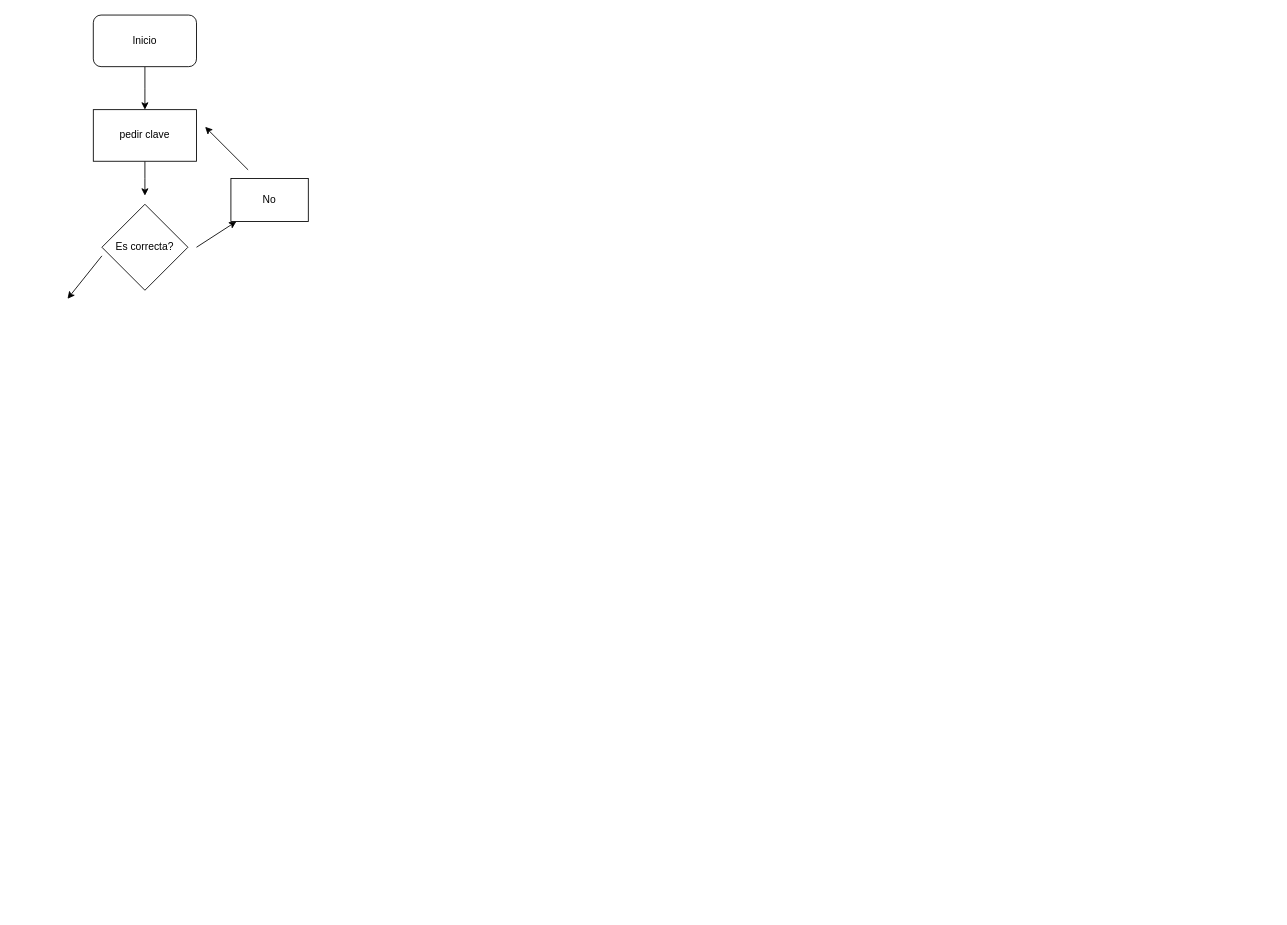
Before: Diagrama sin título.drawio in kevinld93/tp, a draw.io diagram. Source tidied: cells renumbered, new cells numbered last; positions are measured from the earlier drawing's top-left corner, leaving out a move shared by most shapes. Both pictures are drawn from the tidied source at 86%, with x=0, y=0 at pixel (67, 15).
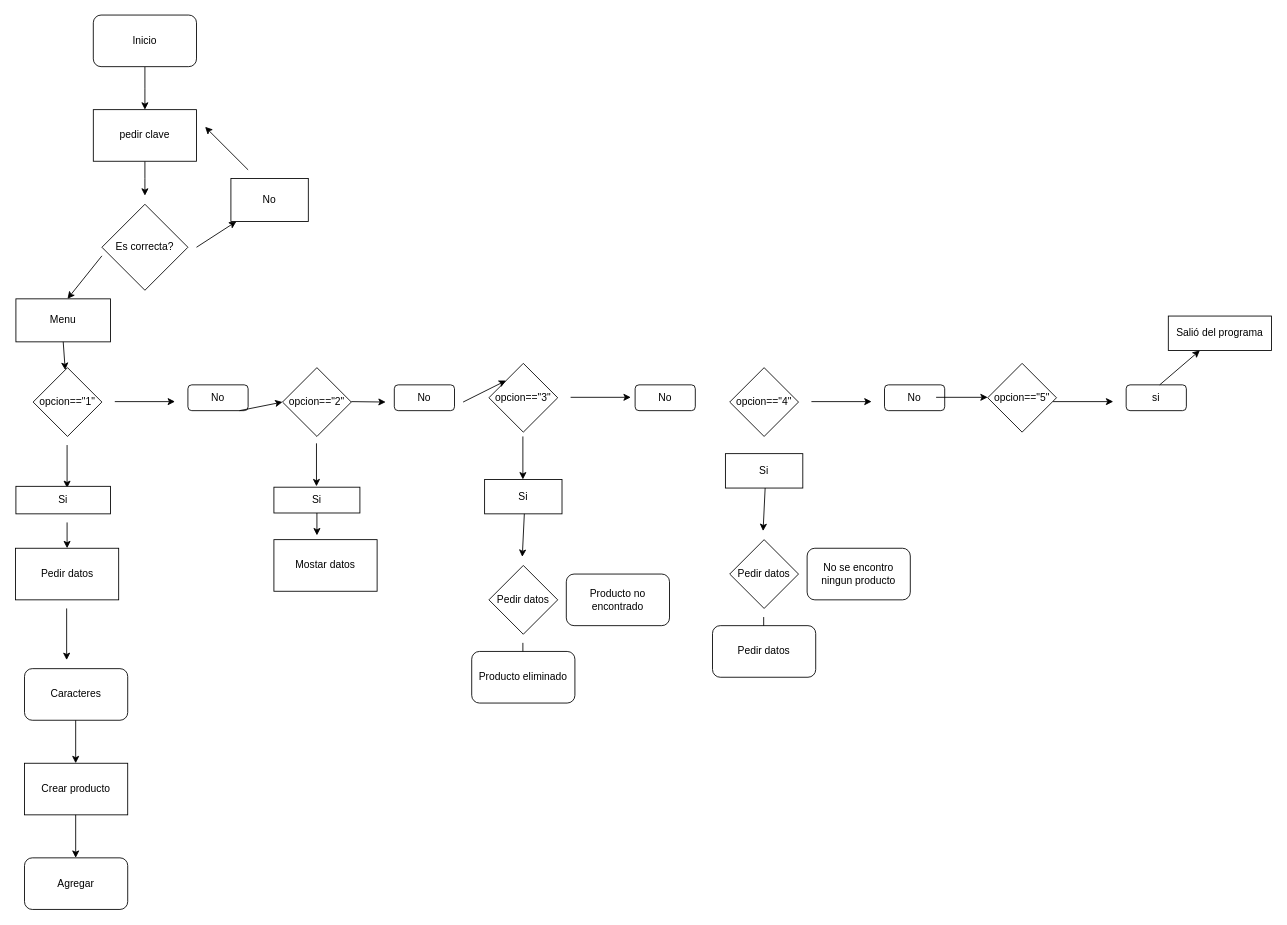
Above is the later version.

The edit, as a diff of the source:
```diff
@@
+    <mxCell id="11" value="Menu" style="rounded=0;whiteSpace=wrap;html=1;" parent="1" vertex="1">
+      <mxGeometry x="-60" y="330" width="110" height="50" as="geometry" />
+    </mxCell>
+    <mxCell id="12" value="opcion==&quot;1&quot;" style="rhombus;whiteSpace=wrap;html=1;" parent="1" vertex="1">
+      <mxGeometry x="-40" y="410" width="80" height="80" as="geometry" />
+    </mxCell>
+    <mxCell id="13" style="endArrow=classic;html=1;rounded=0;exitX=0.5;exitY=1;exitDx=0;exitDy=0;" parent="1" edge="1" source="11" target="12">
+      <mxGeometry relative="1" as="geometry" />
+    </mxCell>
+    <mxCell id="14" style="endArrow=classic;html=1;rounded=0;" parent="1" edge="1">
+      <mxGeometry relative="1" as="geometry">
+        <mxPoint x="55" y="449.5" as="sourcePoint" />
+        <mxPoint x="125" y="449.5" as="targetPoint" />
+      </mxGeometry>
+    </mxCell>
+    <mxCell id="15" value="No" style="rounded=1;whiteSpace=wrap;html=1;" parent="1" vertex="1">
+      <mxGeometry x="140" y="430" width="70" height="30" as="geometry" />
+    </mxCell>
+    <mxCell id="16" value="opcion==&quot;2&quot;" style="rhombus;whiteSpace=wrap;html=1;" parent="1" vertex="1">
+      <mxGeometry x="250" y="410" width="80" height="80" as="geometry" />
+    </mxCell>
+    <mxCell id="17" style="endArrow=classic;html=1;rounded=0;" parent="1" edge="1">
+      <mxGeometry relative="1" as="geometry">
+        <mxPoint x="330" y="449.5" as="sourcePoint" />
+        <mxPoint x="370" y="450" as="targetPoint" />
+      </mxGeometry>
+    </mxCell>
+    <mxCell id="18" value="No" style="rounded=1;whiteSpace=wrap;html=1;" parent="1" vertex="1">
+      <mxGeometry x="380" y="430" width="70" height="30" as="geometry" />
+    </mxCell>
+    <mxCell id="19" style="endArrow=classic;html=1;rounded=0;entryX=0;entryY=0.5;entryDx=0;entryDy=0;" parent="1" edge="1" target="16">
+      <mxGeometry relative="1" as="geometry">
+        <mxPoint x="200" y="460" as="sourcePoint" />
+      </mxGeometry>
+    </mxCell>
+    <mxCell id="20" value="opcion==&quot;3&quot;" style="rhombus;whiteSpace=wrap;html=1;" parent="1" vertex="1">
+      <mxGeometry x="490" y="405" width="80" height="80" as="geometry" />
+    </mxCell>
+    <mxCell id="21" style="endArrow=classic;html=1;rounded=0;" parent="1" edge="1">
+      <mxGeometry relative="1" as="geometry">
+        <mxPoint x="585" y="444.5" as="sourcePoint" />
+        <mxPoint x="655" y="444.5" as="targetPoint" />
+      </mxGeometry>
+    </mxCell>
+    <mxCell id="22" value="No" style="rounded=1;whiteSpace=wrap;html=1;" parent="1" vertex="1">
+      <mxGeometry x="660" y="430" width="70" height="30" as="geometry" />
+    </mxCell>
+    <mxCell id="23" style="endArrow=classic;html=1;rounded=0;entryX=0;entryY=0;entryDx=0;entryDy=0;" parent="1" edge="1" target="20">
+      <mxGeometry relative="1" as="geometry">
+        <mxPoint x="460" y="450" as="sourcePoint" />
+      </mxGeometry>
+    </mxCell>
+    <mxCell id="24" value="opcion==&quot;4&quot;" style="rhombus;whiteSpace=wrap;html=1;" parent="1" vertex="1">
+      <mxGeometry x="770" y="410" width="80" height="80" as="geometry" />
+    </mxCell>
+    <mxCell id="25" style="endArrow=classic;html=1;rounded=0;" parent="1" edge="1">
+      <mxGeometry relative="1" as="geometry">
+        <mxPoint x="865" y="449.5" as="sourcePoint" />
+        <mxPoint x="935" y="449.5" as="targetPoint" />
+      </mxGeometry>
+    </mxCell>
+    <mxCell id="26" value="No" style="rounded=1;whiteSpace=wrap;html=1;" parent="1" vertex="1">
+      <mxGeometry x="950" y="430" width="70" height="30" as="geometry" />
+    </mxCell>
+    <mxCell id="27" value="opcion==&quot;5&quot;" style="rhombus;whiteSpace=wrap;html=1;" parent="1" vertex="1">
+      <mxGeometry x="1070" y="405" width="80" height="80" as="geometry" />
+    </mxCell>
+    <mxCell id="28" style="endArrow=classic;html=1;rounded=0;" parent="1" edge="1">
+      <mxGeometry relative="1" as="geometry">
+        <mxPoint x="1146" y="449.5" as="sourcePoint" />
+        <mxPoint x="1216" y="449.5" as="targetPoint" />
+      </mxGeometry>
+    </mxCell>
+    <mxCell id="29" value="si" style="rounded=1;whiteSpace=wrap;html=1;" parent="1" vertex="1">
+      <mxGeometry x="1231" y="430" width="70" height="30" as="geometry" />
+    </mxCell>
+    <mxCell id="30" style="endArrow=classic;html=1;rounded=0;" parent="1" edge="1">
+      <mxGeometry relative="1" as="geometry">
+        <mxPoint x="1010" y="444.5" as="sourcePoint" />
+        <mxPoint x="1070" y="444.5" as="targetPoint" />
+      </mxGeometry>
+    </mxCell>
+    <mxCell id="31" style="endArrow=classic;html=1;rounded=0;" parent="1" edge="1" target="32">
+      <mxGeometry relative="1" as="geometry">
+        <mxPoint x="1270" y="430" as="sourcePoint" />
+      </mxGeometry>
+    </mxCell>
+    <mxCell id="32" value="Salió del programa" style="rounded=0;whiteSpace=wrap;html=1;" parent="1" vertex="1">
+      <mxGeometry x="1280" y="350" width="120" height="40" as="geometry" />
+    </mxCell>
+    <mxCell id="33" style="endArrow=classic;html=1;rounded=0;" parent="1" edge="1">
+      <mxGeometry relative="1" as="geometry">
+        <mxPoint x="-0.5" y="500" as="sourcePoint" />
+        <mxPoint x="-0.5" y="550" as="targetPoint" />
+      </mxGeometry>
+    </mxCell>
+    <mxCell id="34" value="Si" style="rounded=0;whiteSpace=wrap;html=1;" parent="1" vertex="1">
+      <mxGeometry x="-60" y="548" width="110" height="32" as="geometry" />
+    </mxCell>
+    <mxCell id="35" style="endArrow=classic;html=1;rounded=0;" parent="1" edge="1" target="36">
+      <mxGeometry relative="1" as="geometry">
+        <mxPoint x="-0.5" y="590" as="sourcePoint" />
+      </mxGeometry>
+    </mxCell>
+    <mxCell id="36" value="Pedir datos" style="rounded=0;whiteSpace=wrap;html=1;" parent="1" vertex="1">
+      <mxGeometry x="-60.5" y="620" width="120" height="60" as="geometry" />
+    </mxCell>
+    <mxCell id="37" style="endArrow=classic;html=1;rounded=0;" parent="1" edge="1">
+      <mxGeometry relative="1" as="geometry">
+        <mxPoint x="-1" y="690" as="sourcePoint" />
+        <mxPoint x="-1" y="750" as="targetPoint" />
+      </mxGeometry>
+    </mxCell>
+    <mxCell id="38" value="Caracteres" style="rounded=1;whiteSpace=wrap;html=1;" parent="1" vertex="1">
+      <mxGeometry x="-50" y="760" width="120" height="60" as="geometry" />
+    </mxCell>
+    <mxCell id="39" style="endArrow=classic;html=1;rounded=0;" parent="1" edge="1">
+      <mxGeometry relative="1" as="geometry">
+        <mxPoint x="9.5" y="820" as="sourcePoint" />
+        <mxPoint x="9.5" y="870" as="targetPoint" />
+      </mxGeometry>
+    </mxCell>
+    <mxCell id="40" value="Crear producto" style="rounded=0;whiteSpace=wrap;html=1;" parent="1" vertex="1">
+      <mxGeometry x="-50" y="870" width="120" height="60" as="geometry" />
+    </mxCell>
+    <mxCell id="41" style="endArrow=classic;html=1;rounded=0;" parent="1" edge="1">
+      <mxGeometry relative="1" as="geometry">
+        <mxPoint x="9.5" y="930" as="sourcePoint" />
+        <mxPoint x="9.5" y="980" as="targetPoint" />
+      </mxGeometry>
+    </mxCell>
+    <mxCell id="42" value="Agregar" style="rounded=1;whiteSpace=wrap;html=1;" parent="1" vertex="1">
+      <mxGeometry x="-50" y="980" width="120" height="60" as="geometry" />
+    </mxCell>
+    <mxCell id="43" style="endArrow=classic;html=1;rounded=0;" parent="1" edge="1">
+      <mxGeometry relative="1" as="geometry">
+        <mxPoint x="289.5" y="498" as="sourcePoint" />
+        <mxPoint x="289.5" y="548" as="targetPoint" />
+      </mxGeometry>
+    </mxCell>
+    <mxCell id="44" value="Si" style="rounded=0;whiteSpace=wrap;html=1;" parent="1" vertex="1">
+      <mxGeometry x="240" y="549" width="100" height="30" as="geometry" />
+    </mxCell>
+    <mxCell id="45" value="Mostar datos" style="rounded=0;whiteSpace=wrap;html=1;" parent="1" vertex="1">
+      <mxGeometry x="240" y="610" width="120" height="60" as="geometry" />
+    </mxCell>
+    <mxCell id="46" style="endArrow=classic;html=1;rounded=0;entryX=0.417;entryY=-0.083;entryDx=0;entryDy=0;entryPerimeter=0;" parent="1" edge="1" target="45">
+      <mxGeometry relative="1" as="geometry">
+        <mxPoint x="290" y="579" as="sourcePoint" />
+      </mxGeometry>
+    </mxCell>
+    <mxCell id="47" style="endArrow=classic;html=1;rounded=0;" parent="1" edge="1">
+      <mxGeometry relative="1" as="geometry">
+        <mxPoint x="529.5" y="490" as="sourcePoint" />
+        <mxPoint x="529.5" y="540" as="targetPoint" />
+      </mxGeometry>
+    </mxCell>
+    <mxCell id="48" value="Si" style="rounded=0;whiteSpace=wrap;html=1;" parent="1" vertex="1">
+      <mxGeometry x="485" y="540" width="90" height="40" as="geometry" />
+    </mxCell>
+    <mxCell id="49" style="endArrow=classic;html=1;rounded=0;entryX=0.25;entryY=0;entryDx=0;entryDy=0;" parent="1" edge="1">
+      <mxGeometry relative="1" as="geometry">
+        <mxPoint x="531.2" y="580" as="sourcePoint" />
+        <mxPoint x="528.8" y="630" as="targetPoint" />
+      </mxGeometry>
+    </mxCell>
+    <mxCell id="50" value="Pedir datos" style="rhombus;whiteSpace=wrap;html=1;" parent="1" vertex="1">
+      <mxGeometry x="490" y="640" width="80" height="80" as="geometry" />
+    </mxCell>
+    <mxCell id="51" style="endArrow=classic;html=1;rounded=0;" parent="1" edge="1">
+      <mxGeometry relative="1" as="geometry">
+        <mxPoint x="529.5" y="730" as="sourcePoint" />
+        <mxPoint x="529.5" y="780" as="targetPoint" />
+      </mxGeometry>
+    </mxCell>
+    <mxCell id="52" value="Producto eliminado" style="rounded=1;whiteSpace=wrap;html=1;" parent="1" vertex="1">
+      <mxGeometry x="470" y="740" width="120" height="60" as="geometry" />
+    </mxCell>
+    <mxCell id="53" value="Producto no encontrado" style="rounded=1;whiteSpace=wrap;html=1;" parent="1" vertex="1">
+      <mxGeometry x="580" y="650" width="120" height="60" as="geometry" />
+    </mxCell>
+    <mxCell id="54" value="Si" style="rounded=0;whiteSpace=wrap;html=1;" parent="1" vertex="1">
+      <mxGeometry x="765" y="510" width="90" height="40" as="geometry" />
+    </mxCell>
+    <mxCell id="55" style="endArrow=classic;html=1;rounded=0;entryX=0.25;entryY=0;entryDx=0;entryDy=0;" parent="1" edge="1">
+      <mxGeometry relative="1" as="geometry">
+        <mxPoint x="811.2" y="550" as="sourcePoint" />
+        <mxPoint x="808.8" y="600" as="targetPoint" />
+      </mxGeometry>
+    </mxCell>
+    <mxCell id="56" value="Pedir datos" style="rhombus;whiteSpace=wrap;html=1;" parent="1" vertex="1">
+      <mxGeometry x="770" y="610" width="80" height="80" as="geometry" />
+    </mxCell>
+    <mxCell id="57" style="endArrow=classic;html=1;rounded=0;" parent="1" edge="1">
+      <mxGeometry relative="1" as="geometry">
+        <mxPoint x="809.5" y="700" as="sourcePoint" />
+        <mxPoint x="809.5" y="750" as="targetPoint" />
+      </mxGeometry>
+    </mxCell>
+    <mxCell id="58" value="Pedir datos" style="rounded=1;whiteSpace=wrap;html=1;" parent="1" vertex="1">
+      <mxGeometry x="750" y="710" width="120" height="60" as="geometry" />
+    </mxCell>
+    <mxCell id="59" value="No se encontro ningun producto" style="rounded=1;whiteSpace=wrap;html=1;" parent="1" vertex="1">
+      <mxGeometry x="860" y="620" width="120" height="60" as="geometry" />
+    </mxCell>
```
